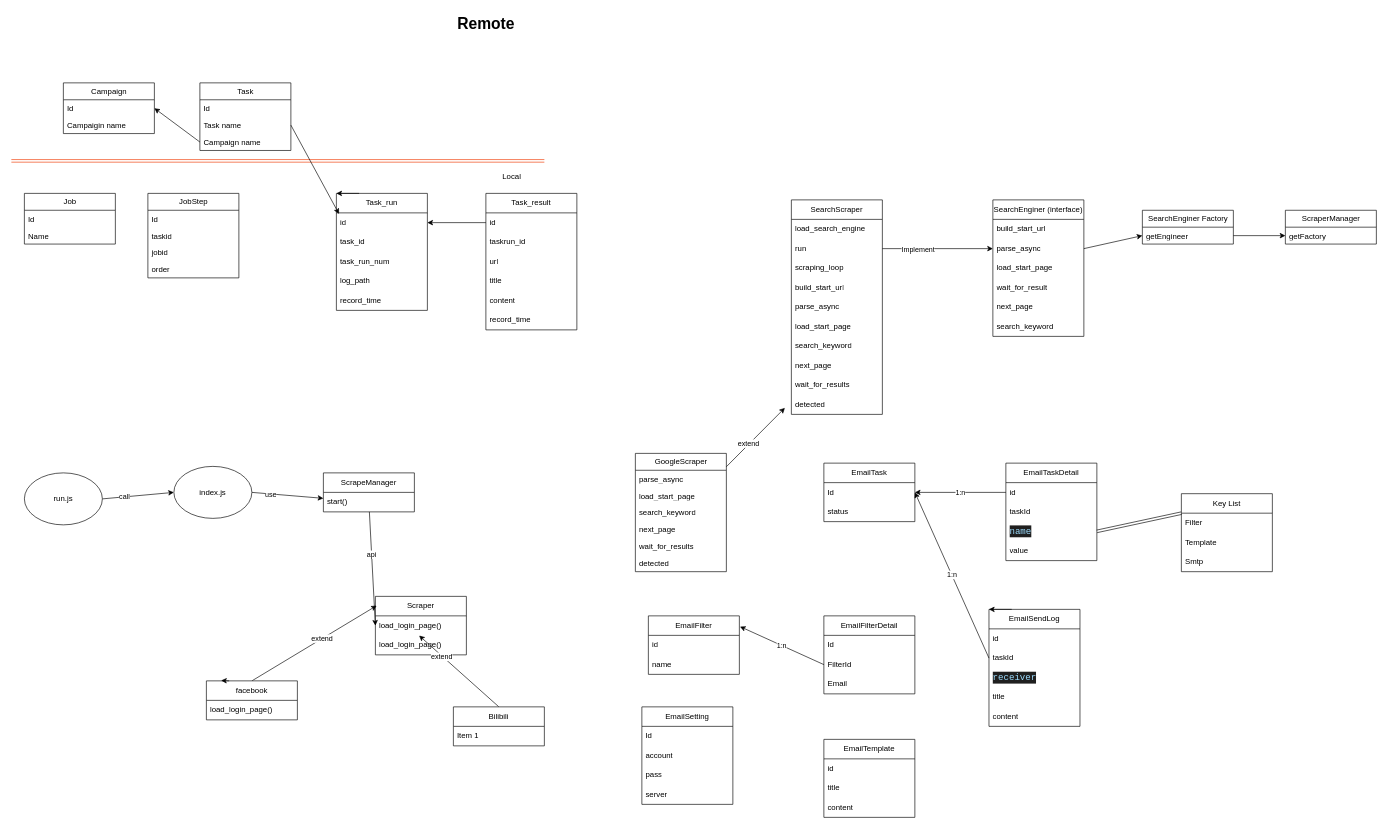
Above: doc/class.drawio in robertzengcn/social-marketing (draw.io), before the change. Source tidied: cells renumbered, new cells numbered last; positions are measured from the earlier drawing's top-left corner, leaving out a move shared by most shapes. Both pictures are drawn from the tidied source at 65%, with x=0, y=0 at pixel (11, 11).
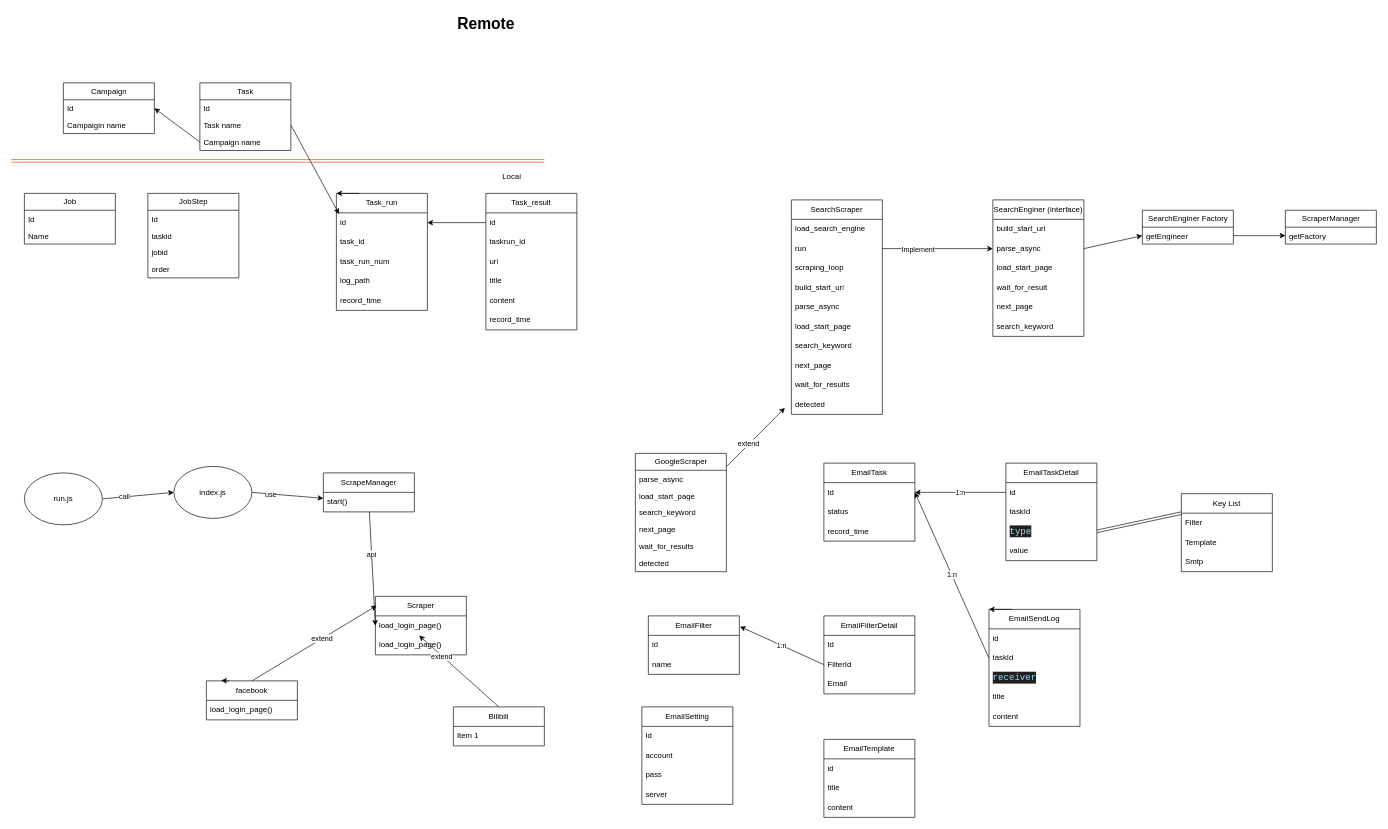
The same diagram, later.

Commit message (it also covers changes not shown here):
add email task detail class

Unchanged cells that the change refers to:
```xml
<mxCell id="114" value="EmailTaskDetail" style="swimlane;fontStyle=0;horizontal=1;startSize=30;whiteSpace=wrap;html=1;" parent="1" vertex="1">
  <mxGeometry x="1530" y="695" width="140" height="150" as="geometry" />
</mxCell>
```

What changed in the source:
```diff
@@
     <mxCell id="111" value="EmailTask" style="swimlane;fontStyle=0;horizontal=1;startSize=30;whiteSpace=wrap;html=1;" parent="1" vertex="1">
-      <mxGeometry x="1250" y="695" width="140" height="90" as="geometry" />
+      <mxGeometry x="1250" y="695" width="140" height="120" as="geometry" />
     </mxCell>
@@
+    <mxCell id="133" value="record_time" style="text;strokeColor=none;fillColor=none;align=left;verticalAlign=middle;spacingLeft=4;spacingRight=4;overflow=hidden;whiteSpace=wrap;html=1;" parent="111" vertex="1">
+      <mxGeometry y="90" width="140" height="30" as="geometry" />
+    </mxCell>
@@
-    <mxCell id="117" value="&lt;div style=&quot;color: rgb(204, 204, 204); background-color: rgb(31, 31, 31); font-family: Consolas, &amp;quot;Courier New&amp;quot;, monospace; font-size: 14px; line-height: 19px;&quot;&gt;&lt;span style=&quot;color: #9cdcfe;&quot;&gt;name&lt;/span&gt;&lt;/div&gt;" style="text;strokeColor=none;fillColor=none;align=left;verticalAlign=middle;spacingLeft=4;spacingRight=4;overflow=hidden;points=[[0,0.5],[1,0.5]];portConstraint=eastwest;whiteSpace=wrap;html=1;" parent="114" vertex="1">
+    <mxCell id="117" value="&lt;div style=&quot;color: rgb(204, 204, 204); background-color: rgb(31, 31, 31); font-family: Consolas, &amp;quot;Courier New&amp;quot;, monospace; font-size: 14px; line-height: 19px;&quot;&gt;&lt;span style=&quot;color: #9cdcfe;&quot;&gt;type&lt;/span&gt;&lt;/div&gt;" style="text;strokeColor=none;fillColor=none;align=left;verticalAlign=middle;spacingLeft=4;spacingRight=4;overflow=hidden;points=[[0,0.5],[1,0.5]];portConstraint=eastwest;whiteSpace=wrap;html=1;" parent="114" vertex="1">
       <mxGeometry y="90" width="140" height="30" as="geometry" />
     </mxCell>
```
